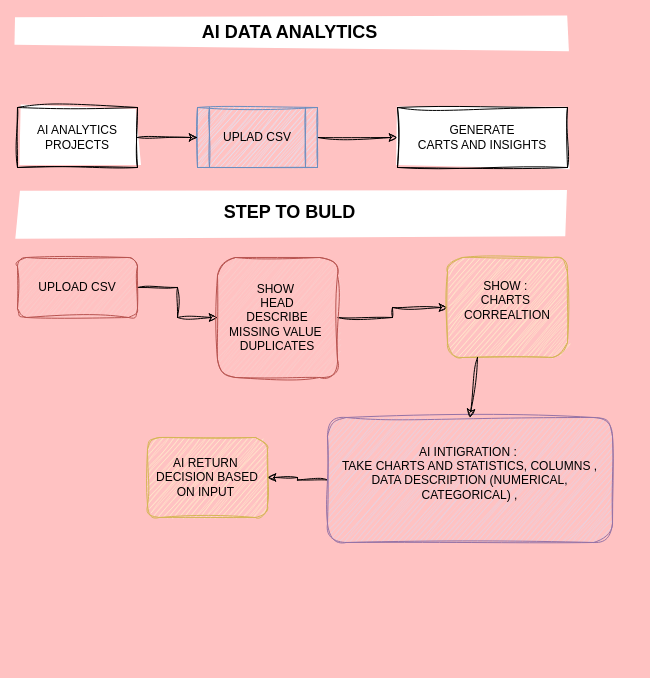
jrDhiraj/RAG_AI_ANALYTICS keeps this draw.io diagram as workflow/Untitled Diagram.drawio. Above is the earlier version. Source tidied: cells renumbered, new cells numbered last; positions are measured from the earlier drawing's top-left corner, leaving out a move shared by most shapes. Both pictures are drawn from the tidied source at 100%, with x=0, y=0 at pixel (17, 17).
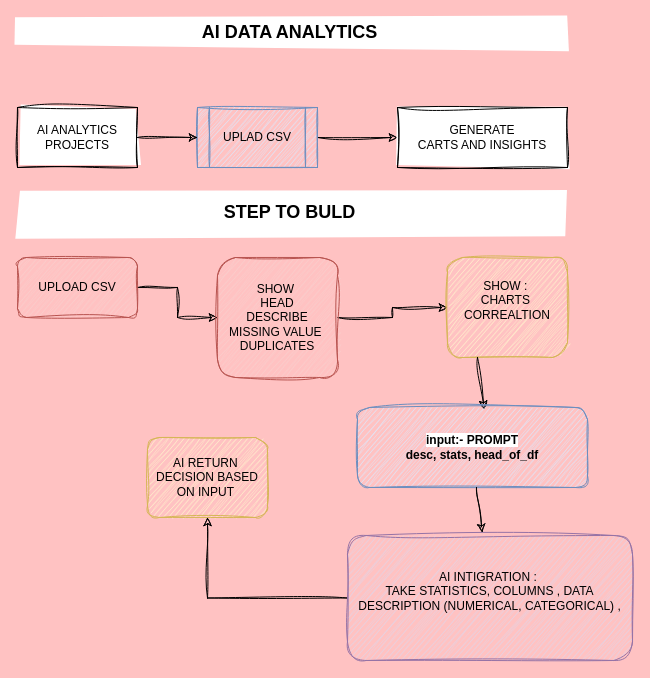
Above is the later version.

Change to the diagram source:
```diff
@@
-    <mxCell id="15" value="AI INTIGRATION :&amp;nbsp;&lt;div&gt;TAKE CHARTS AND STATISTICS, COLUMNS , DATA DESCRIPTION (NUMERICAL, CATEGORICAL) ,&lt;/div&gt;&lt;div&gt;&lt;br&gt;&lt;/div&gt;" style="rounded=1;whiteSpace=wrap;html=1;fillColor=#e1d5e7;strokeColor=#9673a6;sketch=1;curveFitting=1;jiggle=2;" parent="1" vertex="1">
-      <mxGeometry x="310" y="400" width="285" height="125" as="geometry" />
+    <mxCell id="15" value="AI INTIGRATION :&amp;nbsp;&lt;div&gt;TAKE STATISTICS, COLUMNS , DATA DESCRIPTION (NUMERICAL, CATEGORICAL) ,&lt;/div&gt;&lt;div&gt;&lt;br&gt;&lt;/div&gt;" style="rounded=1;whiteSpace=wrap;html=1;fillColor=#e1d5e7;strokeColor=#9673a6;sketch=1;curveFitting=1;jiggle=2;" parent="1" vertex="1">
+      <mxGeometry x="330" y="518" width="285" height="125" as="geometry" />
     </mxCell>
-    <mxCell id="16" style="endArrow=classic;html=1;rounded=0;entryX=0.5;entryY=0;entryDx=0;entryDy=0;sketch=1;curveFitting=1;jiggle=2;" parent="1" edge="1" target="15">
+    <mxCell id="16" style="endArrow=classic;html=1;rounded=0;entryX=0.551;entryY=0.021;entryDx=0;entryDy=0;sketch=1;curveFitting=1;jiggle=2;entryPerimeter=0;" parent="1" edge="1" target="18">
       <mxGeometry relative="1" as="geometry">
         <mxPoint x="460" y="340" as="sourcePoint" />
       </mxGeometry>
     </mxCell>
@@
+    <mxCell id="18" value="&lt;b style=&quot;background-color: light-dark(#ffffff, var(--ge-dark-color, #121212));&quot;&gt;input:- PROMPT&lt;/b&gt;&lt;div&gt;&lt;b&gt;desc, stats, head_of_df&lt;/b&gt;&lt;/div&gt;" style="rounded=1;whiteSpace=wrap;html=1;fillColor=#dae8fc;strokeColor=#6c8ebf;sketch=1;curveFitting=1;jiggle=2;glass=0;shadow=0;align=center;" parent="1" vertex="1">
+      <mxGeometry x="340" y="390" width="230" height="80" as="geometry" />
+    </mxCell>
+    <mxCell id="19" style="endArrow=classic;html=1;entryX=0.473;entryY=-0.024;entryDx=0;entryDy=0;entryPerimeter=0;sketch=1;curveFitting=1;jiggle=2;" parent="1" edge="1" target="15">
+      <mxGeometry relative="1" as="geometry">
+        <mxPoint x="459" y="470" as="sourcePoint" />
+      </mxGeometry>
+    </mxCell>
```
